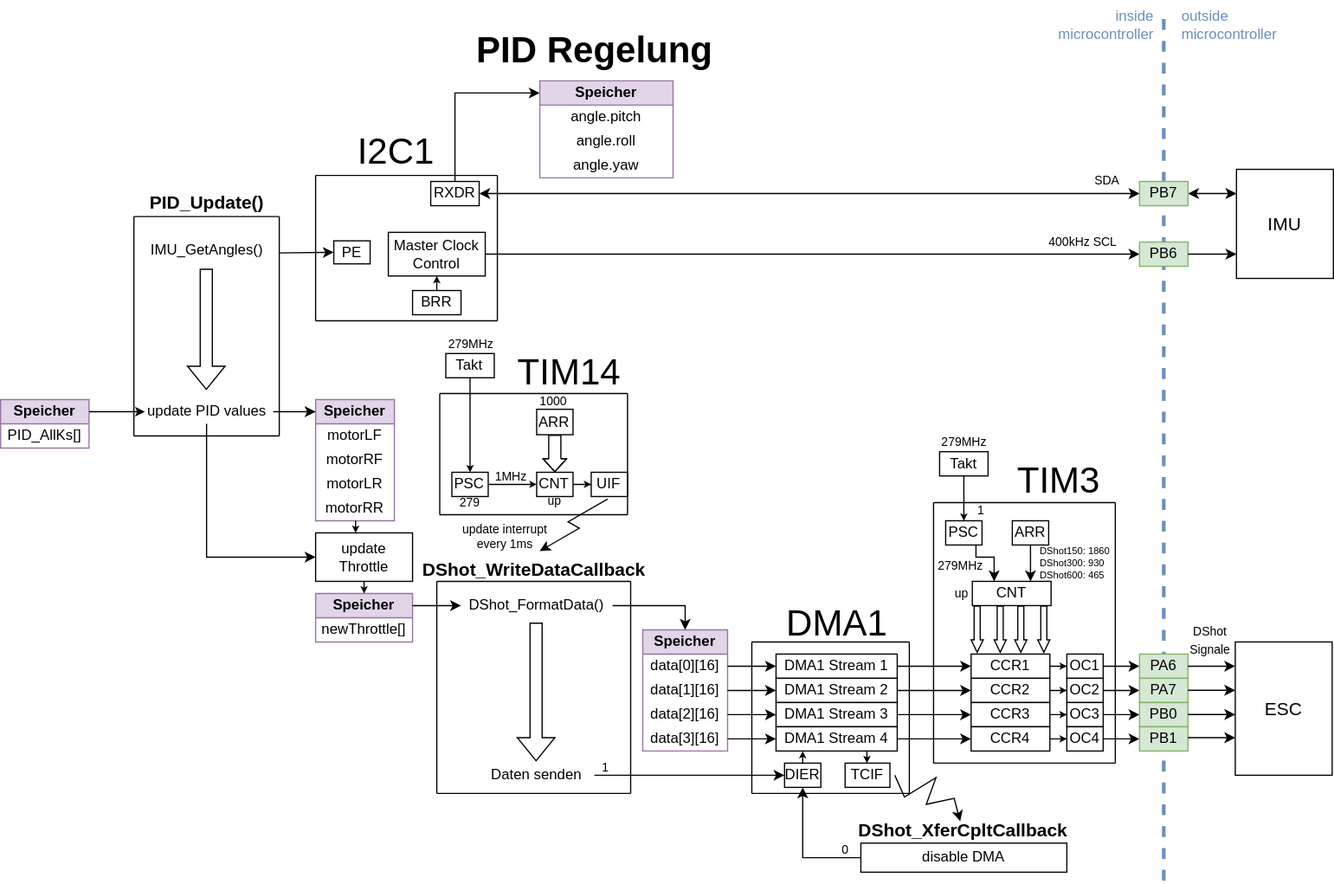
Above: Dokumentation/Bilder/Softwarearchitektur/Softwarearchitektur-Motoransteuerung.drawio.svg in FrogMoment/FPV_Drohne_202324 (draw.io), before the change. Source tidied: cells renumbered, new cells last; positions are measured from the earlier drawing's top-left corner, leaving out a move shared by most shapes.
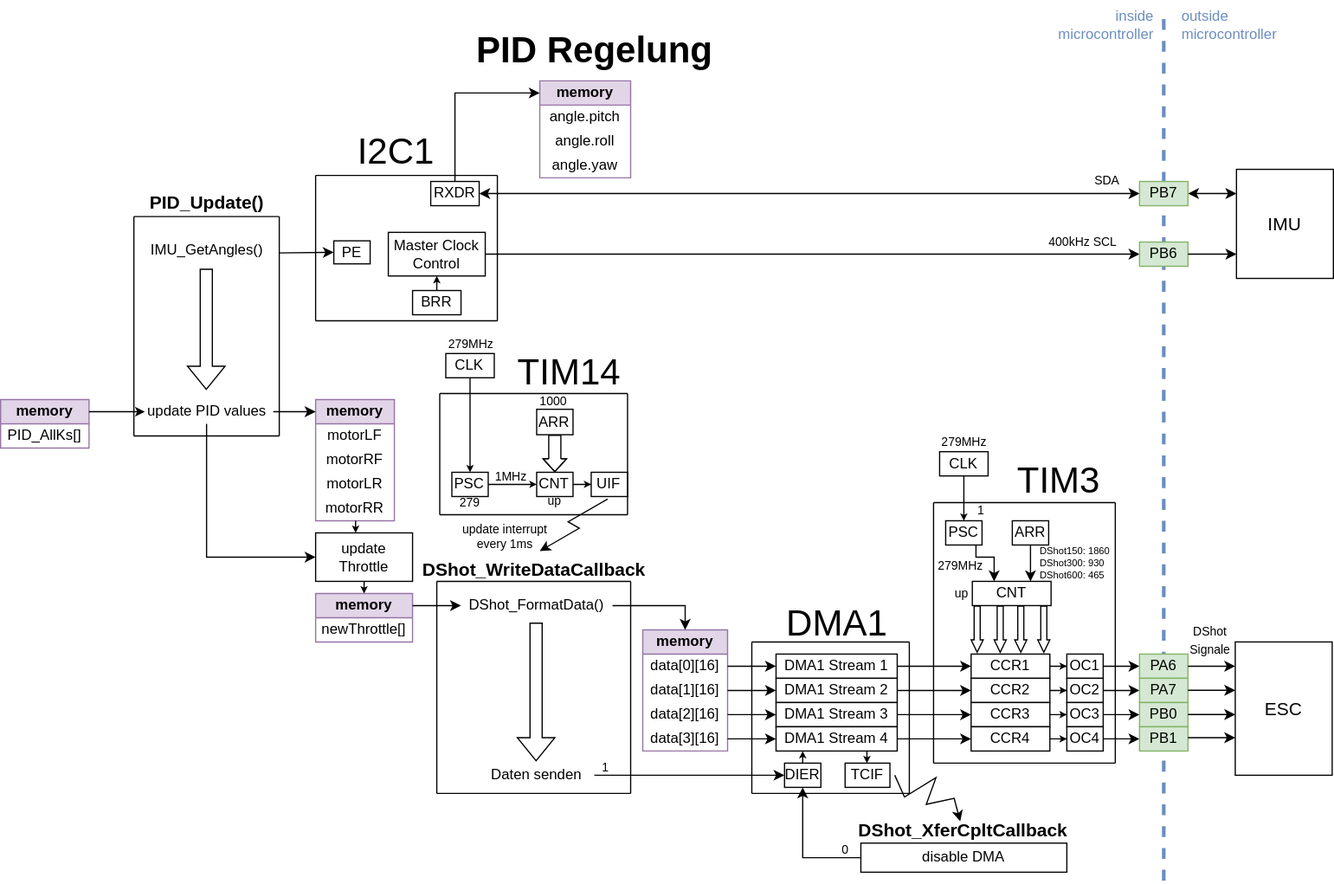
Above is the later version.

What changed in the source:
```diff
@@ -107,17 +107,17 @@
     <mxCell id="25" value="&lt;font style=&quot;font-size: 10px;&quot;&gt;SDA&lt;/font&gt;" style="text;html=1;align=center;verticalAlign=middle;strokeColor=none;fillColor=none;" parent="1" vertex="1">
       <mxGeometry x="893" y="132.5" width="40" height="30" as="geometry" />
     </mxCell>
-    <mxCell id="26" value="&lt;b&gt;Speicher&lt;/b&gt;" style="swimlane;fontStyle=0;horizontal=1;startSize=20;whiteSpace=wrap;html=1;fillColor=#e1d5e7;strokeColor=#9673a6;" parent="1" vertex="1">
-      <mxGeometry x="445" y="66" width="110" height="80" as="geometry" />
+    <mxCell id="26" value="&lt;b&gt;memory&lt;/b&gt;" style="swimlane;fontStyle=0;horizontal=1;startSize=20;whiteSpace=wrap;html=1;fillColor=#e1d5e7;strokeColor=#9673a6;" parent="1" vertex="1">
+      <mxGeometry x="445" y="66" width="75" height="80" as="geometry" />
     </mxCell>
     <mxCell id="27" value="&lt;font style=&quot;font-size: 12px;&quot;&gt;angle.pitch&lt;/font&gt;" style="text;strokeColor=none;fillColor=none;align=center;verticalAlign=middle;spacingLeft=4;spacingRight=4;overflow=hidden;whiteSpace=wrap;html=1;" parent="26" vertex="1">
-      <mxGeometry y="20" width="110" height="20" as="geometry" />
+      <mxGeometry y="20" width="75" height="20" as="geometry" />
     </mxCell>
     <mxCell id="28" value="angle.roll" style="text;strokeColor=none;fillColor=none;align=center;verticalAlign=middle;spacingLeft=4;spacingRight=4;overflow=hidden;whiteSpace=wrap;html=1;" parent="26" vertex="1">
-      <mxGeometry y="40" width="110" height="20" as="geometry" />
+      <mxGeometry y="40" width="75" height="20" as="geometry" />
     </mxCell>
     <mxCell id="29" value="angle.yaw" style="text;strokeColor=none;fillColor=none;align=center;verticalAlign=middle;spacingLeft=4;spacingRight=4;overflow=hidden;whiteSpace=wrap;html=1;" parent="26" vertex="1">
-      <mxGeometry y="60" width="110" height="20" as="geometry" />
+      <mxGeometry y="60" width="75" height="20" as="geometry" />
     </mxCell>
     <mxCell id="30" style="edgeStyle=orthogonalEdgeStyle;rounded=0;jettySize=auto;html=1;startArrow=classic;startFill=1;" parent="1" edge="1" source="31">
       <mxGeometry relative="1" as="geometry">
@@ -149,7 +149,7 @@
     <mxCell id="35" value="update PID values" style="text;html=1;align=center;verticalAlign=middle;strokeColor=none;fillColor=none;" parent="1" vertex="1">
       <mxGeometry x="110" y="324" width="120" height="30" as="geometry" />
     </mxCell>
-    <mxCell id="36" value="&lt;b&gt;Speicher&lt;/b&gt;" style="swimlane;fontStyle=0;horizontal=1;startSize=20;whiteSpace=wrap;html=1;fillColor=#e1d5e7;strokeColor=#9673a6;" parent="1" vertex="1">
+    <mxCell id="36" value="&lt;b&gt;memory&lt;/b&gt;" style="swimlane;fontStyle=0;horizontal=1;startSize=20;whiteSpace=wrap;html=1;fillColor=#e1d5e7;strokeColor=#9673a6;" parent="1" vertex="1">
       <mxGeometry y="329" width="73" height="40" as="geometry" />
     </mxCell>
     <mxCell id="37" value="&lt;font style=&quot;font-size: 12px;&quot;&gt;PID_AllKs[]&lt;/font&gt;" style="text;strokeColor=none;fillColor=none;align=center;verticalAlign=middle;spacingLeft=4;spacingRight=4;overflow=hidden;whiteSpace=wrap;html=1;" parent="36" vertex="1">
@@ -166,7 +166,7 @@
         <mxPoint x="119" y="339" as="targetPoint" />
       </mxGeometry>
     </mxCell>
-    <mxCell id="40" value="&lt;b&gt;Speicher&lt;/b&gt;" style="swimlane;fontStyle=0;horizontal=1;startSize=20;whiteSpace=wrap;html=1;fillColor=#e1d5e7;strokeColor=#9673a6;" parent="1" vertex="1">
+    <mxCell id="40" value="&lt;b&gt;memory&lt;/b&gt;" style="swimlane;fontStyle=0;horizontal=1;startSize=20;whiteSpace=wrap;html=1;fillColor=#e1d5e7;strokeColor=#9673a6;" parent="1" vertex="1">
       <mxGeometry x="260" y="329" width="65" height="100" as="geometry" />
     </mxCell>
     <mxCell id="41" value="&lt;font style=&quot;font-size: 12px;&quot;&gt;motorLF&lt;/font&gt;" style="text;strokeColor=none;fillColor=none;align=center;verticalAlign=middle;spacingLeft=4;spacingRight=4;overflow=hidden;whiteSpace=wrap;html=1;" parent="40" vertex="1">
@@ -187,7 +187,7 @@
         <mxPoint x="260" y="339" as="targetPoint" />
       </mxGeometry>
     </mxCell>
-    <mxCell id="46" value="&lt;b&gt;Speicher&lt;/b&gt;" style="swimlane;fontStyle=0;horizontal=1;startSize=20;whiteSpace=wrap;html=1;fillColor=#e1d5e7;strokeColor=#9673a6;" parent="1" vertex="1">
+    <mxCell id="46" value="&lt;b&gt;memory&lt;/b&gt;" style="swimlane;fontStyle=0;horizontal=1;startSize=20;whiteSpace=wrap;html=1;fillColor=#e1d5e7;strokeColor=#9673a6;" parent="1" vertex="1">
       <mxGeometry x="260" y="489" width="80" height="40" as="geometry" />
     </mxCell>
     <mxCell id="47" value="&lt;font style=&quot;font-size: 12px;&quot;&gt;newThrottle[]&lt;/font&gt;" style="text;strokeColor=none;fillColor=none;align=center;verticalAlign=middle;spacingLeft=4;spacingRight=4;overflow=hidden;whiteSpace=wrap;html=1;" parent="46" vertex="1">
@@ -214,7 +214,7 @@
     <mxCell id="52" style="edgeStyle=orthogonalEdgeStyle;rounded=0;jettySize=auto;html=1;endSize=3;" parent="1" edge="1" source="53" target="56">
       <mxGeometry relative="1" as="geometry" />
     </mxCell>
-    <mxCell id="53" value="Takt" style="whiteSpace=wrap;html=1;" parent="1" vertex="1">
+    <mxCell id="53" value="CLK" style="whiteSpace=wrap;html=1;" parent="1" vertex="1">
       <mxGeometry x="367.4" y="291" width="40" height="20" as="geometry" />
     </mxCell>
     <mxCell id="54" value="279MHz" style="text;html=1;align=center;verticalAlign=middle;strokeColor=none;fillColor=none;fontSize=10;" parent="1" vertex="1">
@@ -312,7 +312,7 @@
         <mxPoint x="520" y="654" as="targetPoint" />
       </mxGeometry>
     </mxCell>
-    <mxCell id="77" value="&lt;b&gt;Speicher&lt;/b&gt;" style="swimlane;fontStyle=0;horizontal=1;startSize=20;whiteSpace=wrap;html=1;fillColor=#e1d5e7;strokeColor=#9673a6;" parent="1" vertex="1">
+    <mxCell id="77" value="&lt;b&gt;memory&lt;/b&gt;" style="swimlane;fontStyle=0;horizontal=1;startSize=20;whiteSpace=wrap;html=1;fillColor=#e1d5e7;strokeColor=#9673a6;" parent="1" vertex="1">
       <mxGeometry x="530" y="519" width="70" height="100" as="geometry" />
     </mxCell>
     <mxCell id="78" value="&lt;font style=&quot;font-size: 12px;&quot;&gt;data[0][16]&lt;/font&gt;" style="text;strokeColor=none;fillColor=none;align=center;verticalAlign=middle;spacingLeft=4;spacingRight=4;overflow=hidden;points=[[0,0.5],[1,0.5]];portConstraint=eastwest;whiteSpace=wrap;html=1;" parent="77" vertex="1">
@@ -424,7 +424,7 @@
     <mxCell id="106" style="edgeStyle=orthogonalEdgeStyle;rounded=0;jettySize=auto;html=1;endSize=3;" parent="1" edge="1" source="107" target="108">
       <mxGeometry relative="1" as="geometry" />
     </mxCell>
-    <mxCell id="107" value="Takt" style="whiteSpace=wrap;html=1;" parent="1" vertex="1">
+    <mxCell id="107" value="CLK" style="whiteSpace=wrap;html=1;" parent="1" vertex="1">
       <mxGeometry x="775" y="372" width="40" height="20" as="geometry" />
     </mxCell>
     <mxCell id="108" value="PSC" style="whiteSpace=wrap;html=1;" parent="1" vertex="1">
```
